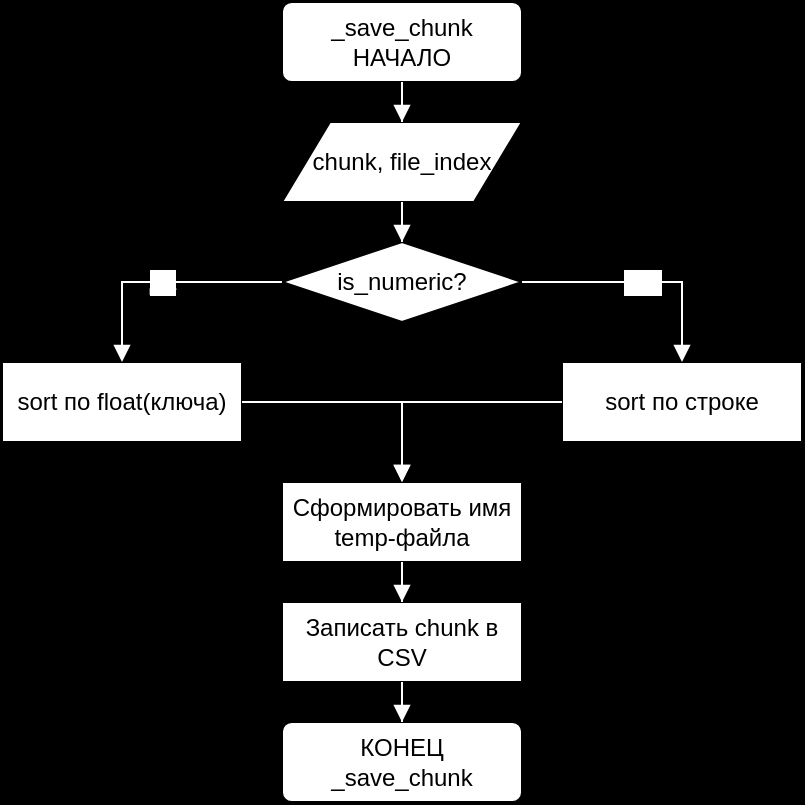
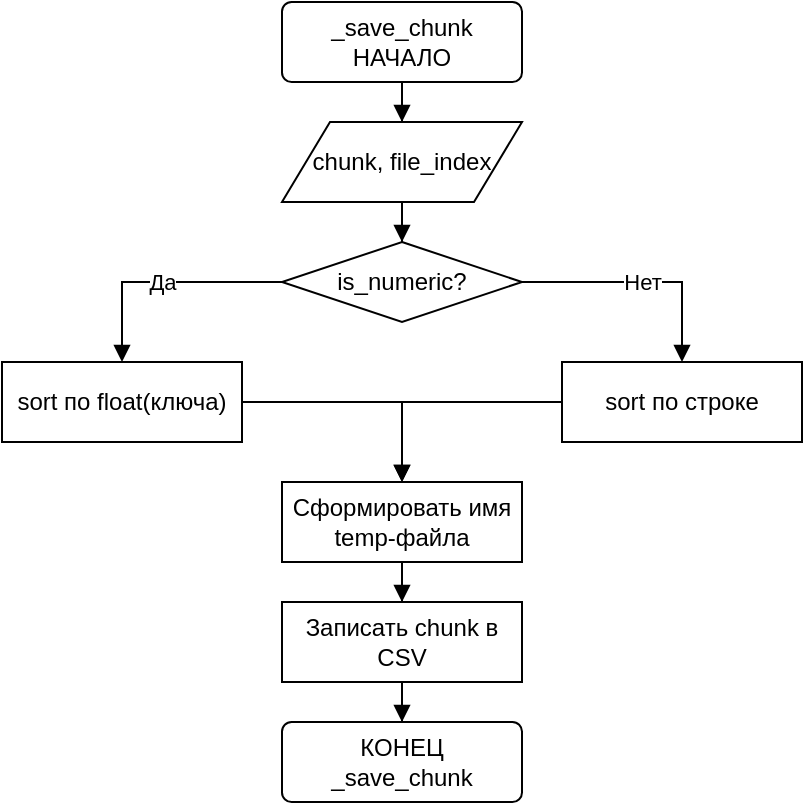
<mxfile host="Electron" version="29.6.1">
  <diagram name="Страница-1" id="d1">
-     <mxGraphModel dx="1400" dy="800" grid="1" gridSize="10" guides="1" tooltips="1" connect="1" arrows="1" fold="1" page="0" pageScale="1" pageWidth="827" pageHeight="1169" math="0" shadow="0" background="#000000">
+     <mxGraphModel dx="1400" dy="800" grid="1" gridSize="10" guides="1" tooltips="1" connect="1" arrows="1" fold="1" page="0" pageScale="1" pageWidth="827" pageHeight="1169" math="0" shadow="0" background="#ffffff">
      <root>
        <mxCell id="0" />
        <mxCell id="1" parent="0" />
        <mxCell id="a" value="&lt;div&gt;_save_chunk&lt;/div&gt;&lt;div&gt;НАЧАЛО&lt;/div&gt;" style="rounded=1;arcSize=12;whiteSpace=wrap;html=1;fillColor=#ffffff;strokeColor=#000000;fontColor=#000000;" vertex="1" parent="1"><mxGeometry x="160" y="0" width="120" height="40" as="geometry" /></mxCell>
        <mxCell id="io" value="chunk, file_index" style="shape=parallelogram;perimeter=parallelogramPerimeter;whiteSpace=wrap;html=1;fillColor=#ffffff;strokeColor=#000000;fontColor=#000000;" vertex="1" parent="1"><mxGeometry x="160" y="60" width="120" height="40" as="geometry" /></mxCell>
        <mxCell id="c1" value="is_numeric?" style="rhombus;whiteSpace=wrap;html=1;fillColor=#ffffff;strokeColor=#000000;fontColor=#000000;" vertex="1" parent="1"><mxGeometry x="160" y="120" width="120" height="40" as="geometry" /></mxCell>
        <mxCell id="b1" value="sort по float(ключа)" style="rounded=0;whiteSpace=wrap;html=1;fillColor=#ffffff;strokeColor=#000000;fontColor=#000000;" vertex="1" parent="1"><mxGeometry x="20" y="180" width="120" height="40" as="geometry" /></mxCell>
        <mxCell id="b2" value="sort по строке" style="rounded=0;whiteSpace=wrap;html=1;fillColor=#ffffff;strokeColor=#000000;fontColor=#000000;" vertex="1" parent="1"><mxGeometry x="300" y="180" width="120" height="40" as="geometry" /></mxCell>
        <mxCell id="p1" value="Сформировать имя temp-файла" style="rounded=0;whiteSpace=wrap;html=1;fillColor=#ffffff;strokeColor=#000000;fontColor=#000000;" vertex="1" parent="1"><mxGeometry x="160" y="240" width="120" height="40" as="geometry" /></mxCell>
        <mxCell id="p2" value="Записать chunk в CSV" style="rounded=0;whiteSpace=wrap;html=1;fillColor=#ffffff;strokeColor=#000000;fontColor=#000000;" vertex="1" parent="1"><mxGeometry x="160" y="300" width="120" height="40" as="geometry" /></mxCell>
        <mxCell id="e" value="&lt;div&gt;КОНЕЦ&lt;/div&gt;&lt;div&gt;_save_chunk&lt;/div&gt;" style="rounded=1;arcSize=12;whiteSpace=wrap;html=1;fillColor=#ffffff;strokeColor=#000000;fontColor=#000000;" vertex="1" parent="1"><mxGeometry x="160" y="360" width="120" height="40" as="geometry" /></mxCell>
-         <mxCell id="e0" value="" style="edgeStyle=orthogonalEdgeStyle;rounded=0;orthogonalLoop=1;jettySize=auto;html=1;endArrow=block;endFill=1;strokeColor=#ffffff;fontColor=#ffffff;" edge="1" parent="1" source="a" target="io"><mxGeometry relative="1" as="geometry" /></mxCell>
-         <mxCell id="e1" value="" style="edgeStyle=orthogonalEdgeStyle;rounded=0;orthogonalLoop=1;jettySize=auto;html=1;endArrow=block;endFill=1;strokeColor=#ffffff;fontColor=#ffffff;" edge="1" parent="1" source="io" target="c1"><mxGeometry relative="1" as="geometry" /></mxCell>
-         <mxCell id="e2" value="Да" style="edgeStyle=orthogonalEdgeStyle;rounded=0;orthogonalLoop=1;jettySize=auto;html=1;endArrow=block;endFill=1;strokeColor=#ffffff;fontColor=#ffffff;" edge="1" parent="1" source="c1" target="b1"><mxGeometry relative="1" as="geometry" /></mxCell>
-         <mxCell id="e3" value="Нет" style="edgeStyle=orthogonalEdgeStyle;rounded=0;orthogonalLoop=1;jettySize=auto;html=1;endArrow=block;endFill=1;strokeColor=#ffffff;fontColor=#ffffff;" edge="1" parent="1" source="c1" target="b2"><mxGeometry relative="1" as="geometry" /></mxCell>
-         <mxCell id="e4" value="" style="edgeStyle=orthogonalEdgeStyle;rounded=0;orthogonalLoop=1;jettySize=auto;html=1;endArrow=block;endFill=1;strokeColor=#ffffff;fontColor=#ffffff;" edge="1" parent="1" source="b1" target="p1"><mxGeometry relative="1" as="geometry" /></mxCell>
-         <mxCell id="e5" value="" style="edgeStyle=orthogonalEdgeStyle;rounded=0;orthogonalLoop=1;jettySize=auto;html=1;endArrow=block;endFill=1;strokeColor=#ffffff;fontColor=#ffffff;" edge="1" parent="1" source="b2" target="p1"><mxGeometry relative="1" as="geometry" /></mxCell>
-         <mxCell id="e6" value="" style="edgeStyle=orthogonalEdgeStyle;rounded=0;orthogonalLoop=1;jettySize=auto;html=1;endArrow=block;endFill=1;strokeColor=#ffffff;fontColor=#ffffff;" edge="1" parent="1" source="p1" target="p2"><mxGeometry relative="1" as="geometry" /></mxCell>
-         <mxCell id="e7" value="" style="edgeStyle=orthogonalEdgeStyle;rounded=0;orthogonalLoop=1;jettySize=auto;html=1;endArrow=block;endFill=1;strokeColor=#ffffff;fontColor=#ffffff;" edge="1" parent="1" source="p2" target="e"><mxGeometry relative="1" as="geometry" /></mxCell>
+         <mxCell id="e0" value="" style="edgeStyle=orthogonalEdgeStyle;rounded=0;orthogonalLoop=1;jettySize=auto;html=1;endArrow=block;endFill=1;strokeColor=#000000;fontColor=#000000;" edge="1" parent="1" source="a" target="io"><mxGeometry relative="1" as="geometry" /></mxCell>
+         <mxCell id="e1" value="" style="edgeStyle=orthogonalEdgeStyle;rounded=0;orthogonalLoop=1;jettySize=auto;html=1;endArrow=block;endFill=1;strokeColor=#000000;fontColor=#000000;" edge="1" parent="1" source="io" target="c1"><mxGeometry relative="1" as="geometry" /></mxCell>
+         <mxCell id="e2" value="Да" style="edgeStyle=orthogonalEdgeStyle;rounded=0;orthogonalLoop=1;jettySize=auto;html=1;endArrow=block;endFill=1;strokeColor=#000000;fontColor=#000000;" edge="1" parent="1" source="c1" target="b1"><mxGeometry relative="1" as="geometry" /></mxCell>
+         <mxCell id="e3" value="Нет" style="edgeStyle=orthogonalEdgeStyle;rounded=0;orthogonalLoop=1;jettySize=auto;html=1;endArrow=block;endFill=1;strokeColor=#000000;fontColor=#000000;" edge="1" parent="1" source="c1" target="b2"><mxGeometry relative="1" as="geometry" /></mxCell>
+         <mxCell id="e4" value="" style="edgeStyle=orthogonalEdgeStyle;rounded=0;orthogonalLoop=1;jettySize=auto;html=1;endArrow=block;endFill=1;strokeColor=#000000;fontColor=#000000;" edge="1" parent="1" source="b1" target="p1"><mxGeometry relative="1" as="geometry" /></mxCell>
+         <mxCell id="e5" value="" style="edgeStyle=orthogonalEdgeStyle;rounded=0;orthogonalLoop=1;jettySize=auto;html=1;endArrow=block;endFill=1;strokeColor=#000000;fontColor=#000000;" edge="1" parent="1" source="b2" target="p1"><mxGeometry relative="1" as="geometry" /></mxCell>
+         <mxCell id="e6" value="" style="edgeStyle=orthogonalEdgeStyle;rounded=0;orthogonalLoop=1;jettySize=auto;html=1;endArrow=block;endFill=1;strokeColor=#000000;fontColor=#000000;" edge="1" parent="1" source="p1" target="p2"><mxGeometry relative="1" as="geometry" /></mxCell>
+         <mxCell id="e7" value="" style="edgeStyle=orthogonalEdgeStyle;rounded=0;orthogonalLoop=1;jettySize=auto;html=1;endArrow=block;endFill=1;strokeColor=#000000;fontColor=#000000;" edge="1" parent="1" source="p2" target="e"><mxGeometry relative="1" as="geometry" /></mxCell>
      </root>
    </mxGraphModel>
  </diagram>
</mxfile>